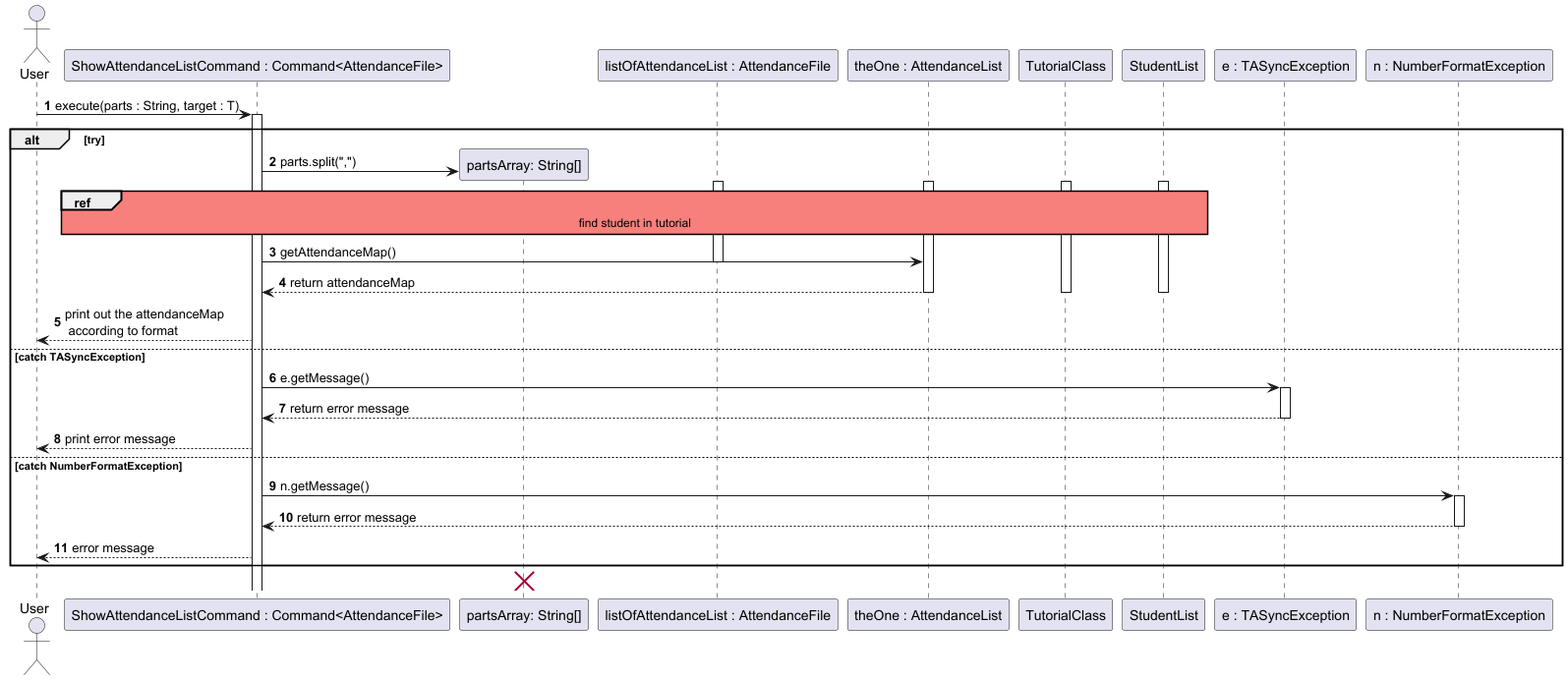
Earlier version of the PlantUML export docs/diagrams/attendancelistcommands/ShowAttendanceListCommand.png (wongyihao02/tp).
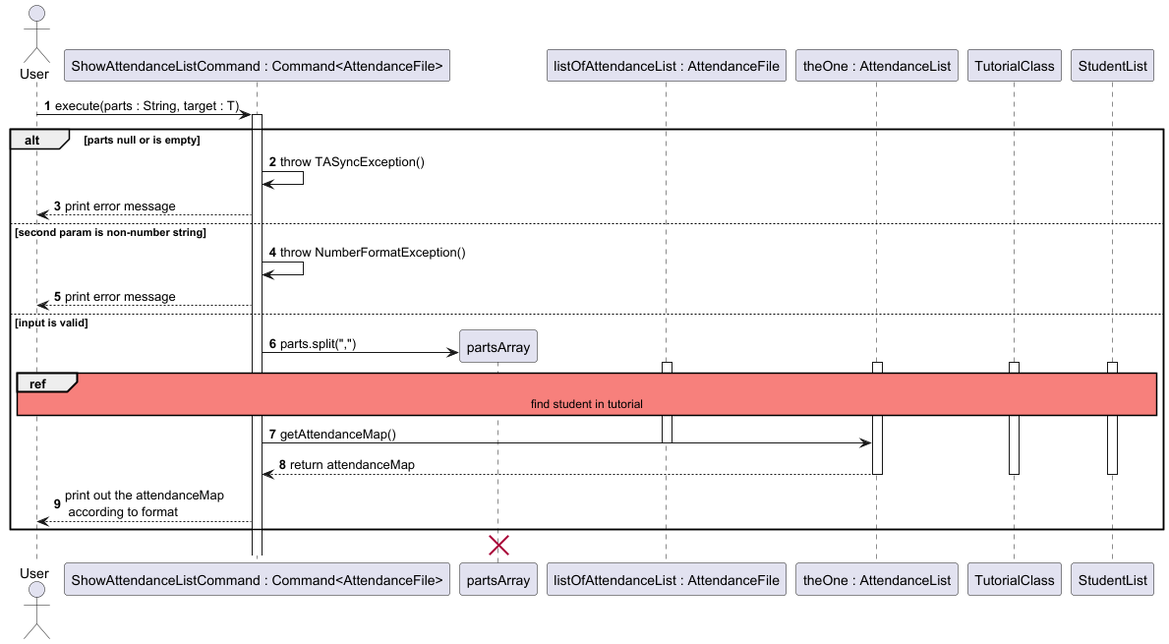
After the change.

Change to the diagram source:
```diff
@@ -3,24 +3,30 @@
 autonumber
 actor User
 participant "ShowAttendanceListCommand : Command<AttendanceFile>" as command
-participant "partsArray: String[]" as parts
+participant "partsArray" as parts
 participant "listOfAttendanceList : AttendanceFile" as listOfAttendanceList
 participant "theOne : AttendanceList" as theOne
 participant "TutorialClass" as tutorialClass
 participant "StudentList" as studentList
-participant "e : TASyncException" as e
-participant "n : NumberFormatException" as n
+
 
 skinparam sequenceReferenceBackgroundColor #f7807c
 
 User -> command : execute(parts : String, target : T)
 activate command
-alt try
 
+
+alt parts null or is empty
+command -> command : throw TASyncException()
+command --> User : print error message
+else second param is non-number string
+command -> command : throw NumberFormatException()
+command --> User : print error message
+else input is valid
 create parts
 command -> parts : parts.split(",")
 activate listOfAttendanceList
-ref over command, listOfAttendanceList, theOne, tutorialClass, studentList
+ref over User, command, listOfAttendanceList, theOne, tutorialClass, studentList
 find student in tutorial
 end ref
 
@@ -36,24 +42,8 @@
 deactivate tutorialClass
 deactivate studentList
 command --> User : print out the attendanceMap\n according to format
+end
 
-else catch TASyncException
-
-
-    command -> e : e.getMessage()
-    activate e
-    e --> command : return error message
-    deactivate e
-    command --> User  : print error message
-
-    else catch NumberFormatException
-     command -> n : n.getMessage()
-     activate n
-     n --> command : return error message
-     deactivate n
-     command --> User : error message
-
-end
 destroy parts
 
 
```
